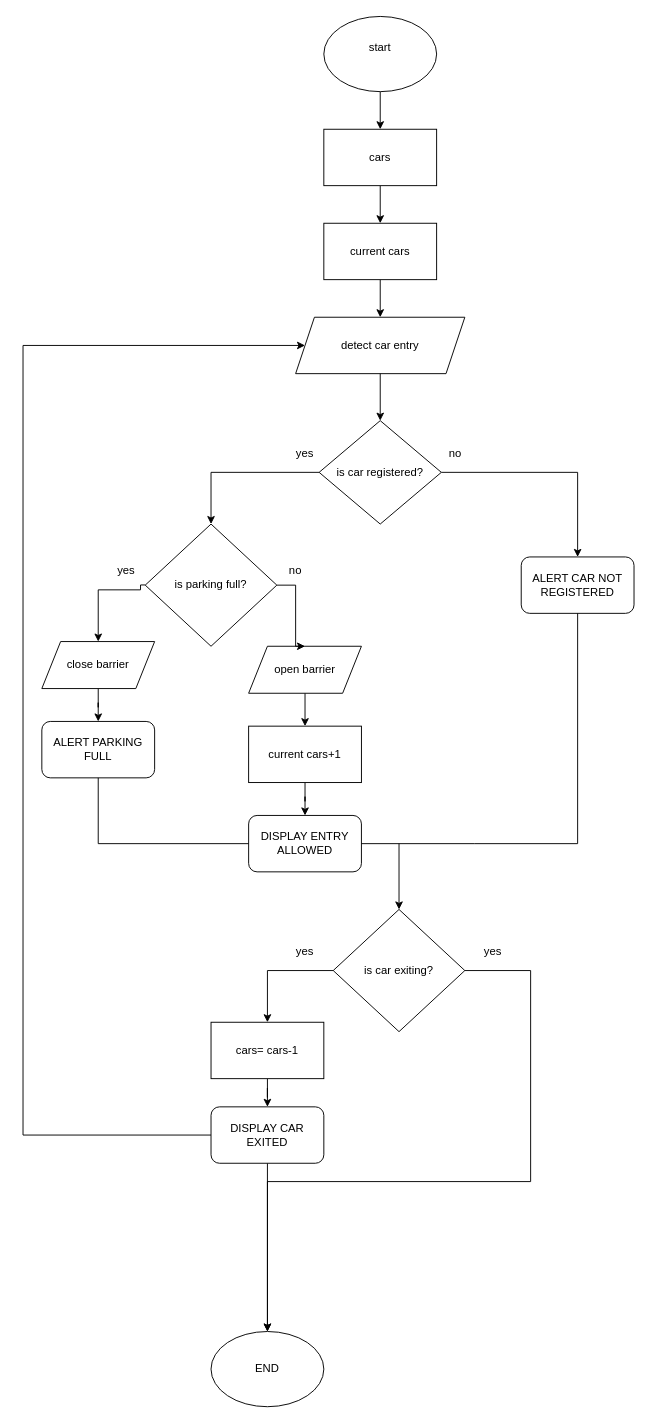
Samana19/Introduction-to-Information-Technology keeps this draw.io diagram as Untitled Diagram.drawio. Above is the earlier version. Source tidied: cells renumbered, new cells numbered last; positions are measured from the earlier drawing's top-left corner, leaving out a move shared by most shapes. Both pictures are drawn from the tidied source at 94%, with x=0, y=0 at pixel (23, 16).
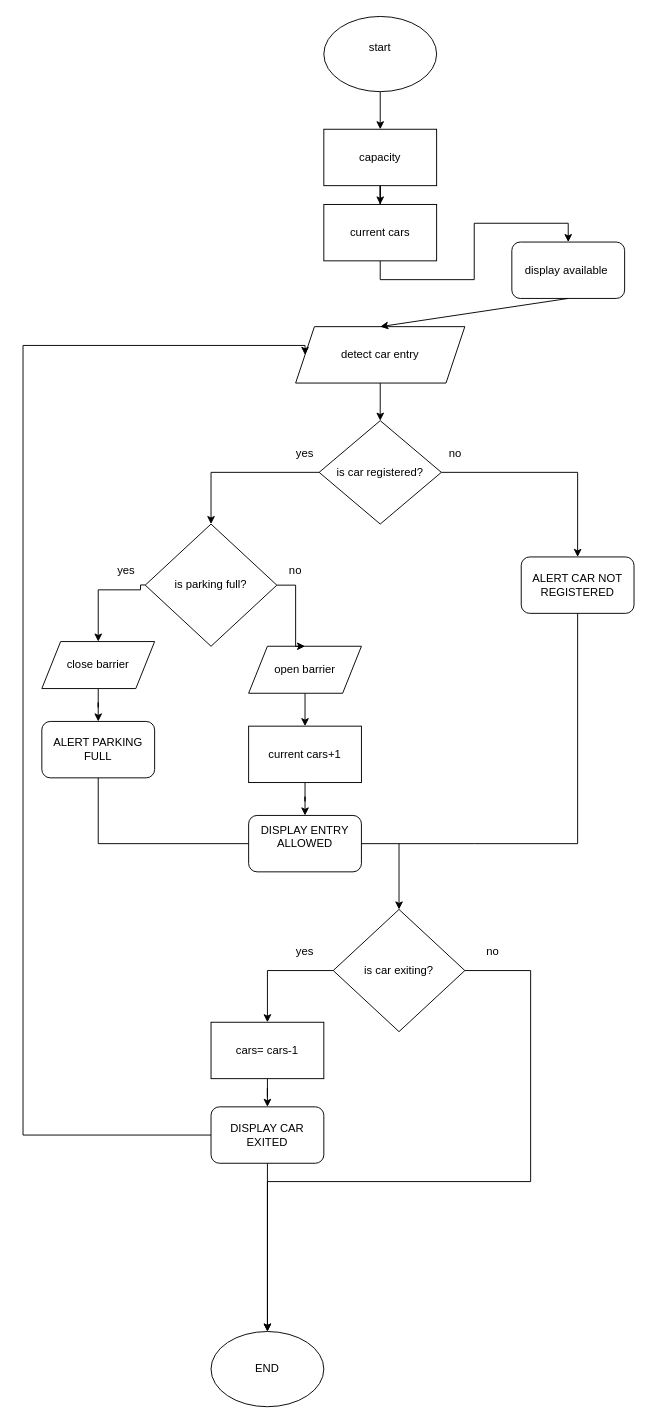
Above is the later version.

Diff of the diagram source:
```diff
@@
-    <mxCell id="5" value="cars" style="rounded=1;whiteSpace=wrap;html=1;arcSize=0;" parent="1" vertex="1">
+    <mxCell id="5" value="capacity" style="rounded=1;whiteSpace=wrap;html=1;arcSize=0;" parent="1" vertex="1">
       <mxGeometry x="320" y="120" width="120" height="60" as="geometry" />
     </mxCell>
-    <mxCell id="6" style="edgeStyle=orthogonalEdgeStyle;rounded=0;jettySize=auto;html=1;exitX=0.5;exitY=1;exitDx=0;exitDy=0;entryX=0.5;entryY=0;entryDx=0;entryDy=0;" parent="1" edge="1" source="7" target="8">
+    <mxCell id="6" style="edgeStyle=orthogonalEdgeStyle;rounded=0;jettySize=auto;html=1;exitX=0.5;exitY=1;exitDx=0;exitDy=0;entryX=0.5;entryY=0;entryDx=0;entryDy=0;" parent="1" edge="1" source="7" target="43">
       <mxGeometry relative="1" as="geometry" />
     </mxCell>
     <mxCell id="7" value="current cars" style="rounded=0;whiteSpace=wrap;html=1;" parent="1" vertex="1">
-      <mxGeometry x="320" y="220" width="120" height="60" as="geometry" />
+      <mxGeometry x="320" y="200" width="120" height="60" as="geometry" />
     </mxCell>
     <mxCell id="8" value="detect car entry" style="shape=parallelogram;perimeter=parallelogramPerimeter;whiteSpace=wrap;html=1;shapeInside=1;fixedSize=1;" parent="1" vertex="1">
-      <mxGeometry x="290" y="320" width="180" height="60" as="geometry" />
+      <mxGeometry x="290" y="330" width="180" height="60" as="geometry" />
     </mxCell>
@@
-    <mxCell id="28" value="DISPLAY ENTRY ALLOWED" style="rounded=1;whiteSpace=wrap;html=1;" parent="1" vertex="1">
+    <mxCell id="28" value="DISPLAY ENTRY ALLOWED&lt;div&gt;&lt;br&gt;&lt;/div&gt;" style="rounded=1;whiteSpace=wrap;html=1;" parent="1" vertex="1">
       <mxGeometry x="240" y="850" width="120" height="60" as="geometry" />
     </mxCell>
@@
-    <mxCell id="42" value="yes" style="text;html=1;whiteSpace=wrap;strokeColor=none;fillColor=none;align=center;verticalAlign=middle;rounded=0;" parent="1" vertex="1">
+    <mxCell id="42" value="no" style="text;html=1;whiteSpace=wrap;strokeColor=none;fillColor=none;align=center;verticalAlign=middle;rounded=0;" parent="1" vertex="1">
       <mxGeometry x="470" y="980" width="60" height="30" as="geometry" />
     </mxCell>
+    <mxCell id="43" value="display available&amp;nbsp;" style="rounded=1;whiteSpace=wrap;html=1;" parent="1" vertex="1">
+      <mxGeometry x="520" y="240" width="120" height="60" as="geometry" />
+    </mxCell>
+    <mxCell id="44" style="endArrow=classic;html=1;rounded=0;exitX=0.5;exitY=1;exitDx=0;exitDy=0;" parent="1" edge="1" source="43">
+      <mxGeometry relative="1" as="geometry">
+        <mxPoint x="380" y="330" as="targetPoint" />
+      </mxGeometry>
+    </mxCell>
```
